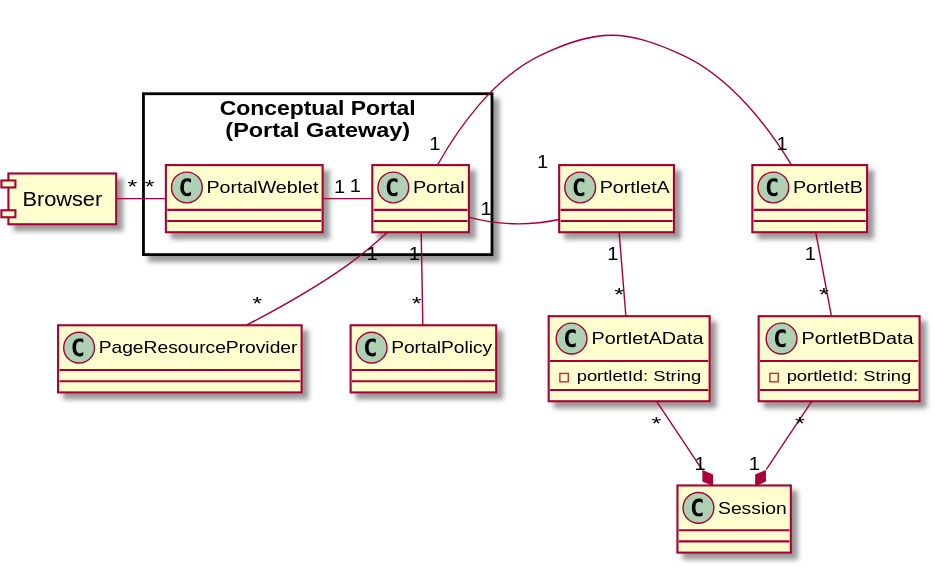
Earlier version of the PlantUML export javadoc-webconsole/org/jgrapes/webcon/base/PortalStructure.svg (mnlipp/jgrapes). Source of this version:
```plantuml
@startuml
skinparam packageStyle rectangle
 allow_mixing

 component Browser

 package "Conceptual Portal\n(Portal Gateway)" {
    class Portal
 	  class PortalWeblet

    Portal "1" -left- "1" PortalWeblet
 }

 PortalWeblet "*" -left- "*" Browser

 together {

   Portal "1" -right- "1" PortletB
   Portal "1" -right- "1" PortletA

   class PortletAData {
     -portletId: String
   }

   PortletAData "*" -up- "1" PortletA

   class PortletBData {
     -portletId: String
   }

   PortletBData "*" -up- "1" PortletB

   PortletAData "*" -up-* "1" Session
   PortletBData "*" -up-* "1" Session
 }

 Portal "1" -down- "*" PageResourceProvider
 Portal "1" -down- "*" PortalPolicy
@enduml
```
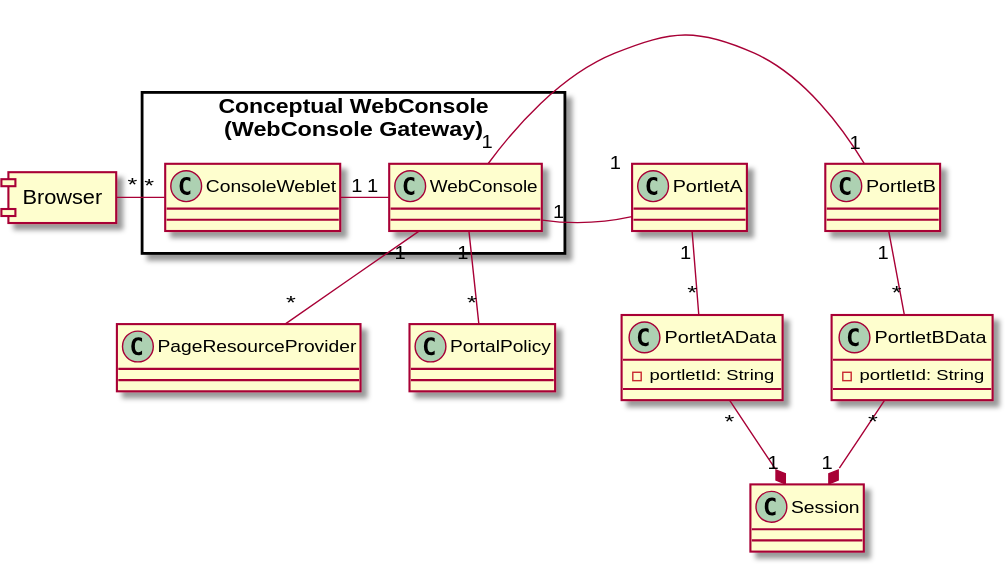
The same file after the commit.

What changed in the source:
```diff
@@ -4,19 +4,19 @@
 
  component Browser
 
- package "Conceptual Portal\n(Portal Gateway)" {
-    class Portal
- 	  class PortalWeblet
+ package "Conceptual WebConsole\n(WebConsole Gateway)" {
+    class WebConsole
+ 	  class ConsoleWeblet
 
-    Portal "1" -left- "1" PortalWeblet
+    WebConsole "1" -left- "1" ConsoleWeblet
  }
 
- PortalWeblet "*" -left- "*" Browser
+ ConsoleWeblet "*" -left- "*" Browser
 
  together {
 
-   Portal "1" -right- "1" PortletB
-   Portal "1" -right- "1" PortletA
+   WebConsole "1" -right- "1" PortletB
+   WebConsole "1" -right- "1" PortletA
 
    class PortletAData {
      -portletId: String
@@ -34,6 +34,6 @@
    PortletBData "*" -up-* "1" Session
  }
 
- Portal "1" -down- "*" PageResourceProvider
- Portal "1" -down- "*" PortalPolicy
+ WebConsole "1" -down- "*" PageResourceProvider
+ WebConsole "1" -down- "*" PortalPolicy
 @enduml
```
